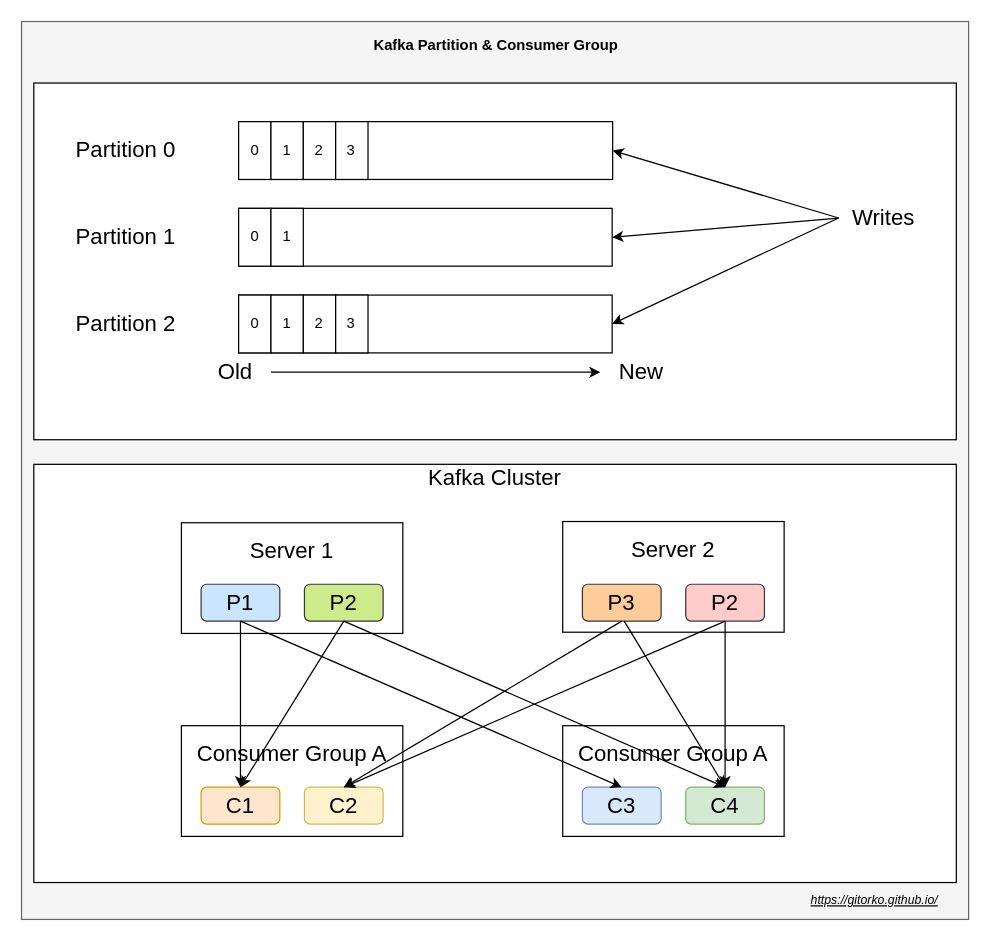
gitorko/gitorko.github.io keeps this draw.io diagram as post/grokking-the-system-design-interview/kafka-partition.drawio. Above is the earlier version. Source tidied: cells renumbered, new cells numbered last; positions are measured from the earlier drawing's top-left corner, leaving out a move shared by most shapes. Both pictures are drawn from the tidied source at 123%, with x=0, y=0 at pixel (21, 21).
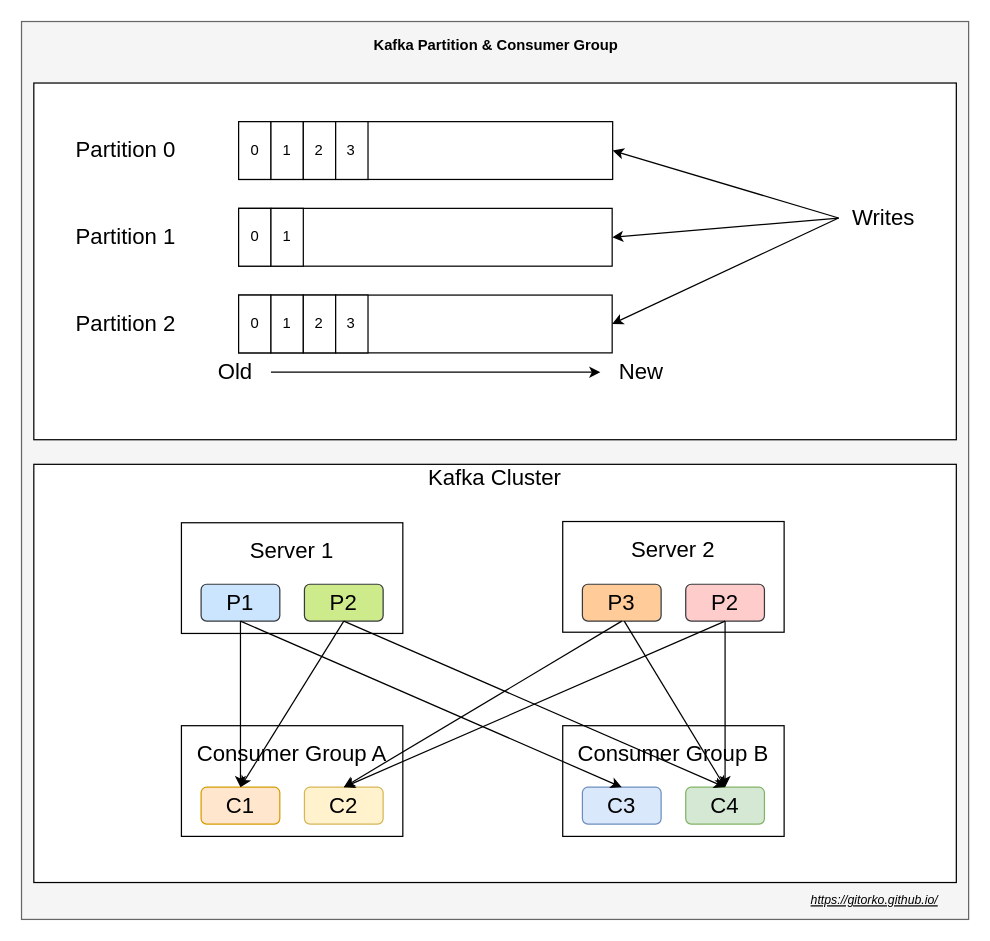
The same diagram, later.

What changed in the source:
```diff
@@
-    <mxCell id="38" value="Consumer Group A&lt;br style=&quot;font-size: 18px;&quot;&gt;&lt;br style=&quot;font-size: 18px;&quot;&gt;&lt;br style=&quot;font-size: 18px;&quot;&gt;" style="rounded=0;whiteSpace=wrap;html=1;fontSize=18;" parent="1" vertex="1">
+    <mxCell id="38" value="Consumer Group B&lt;br style=&quot;font-size: 18px&quot;&gt;&lt;br&gt;&lt;br&gt;" style="rounded=0;whiteSpace=wrap;html=1;fontSize=18;" parent="1" vertex="1">
       <mxGeometry x="440" y="572.5" width="180" height="90" as="geometry" />
     </mxCell>
```
